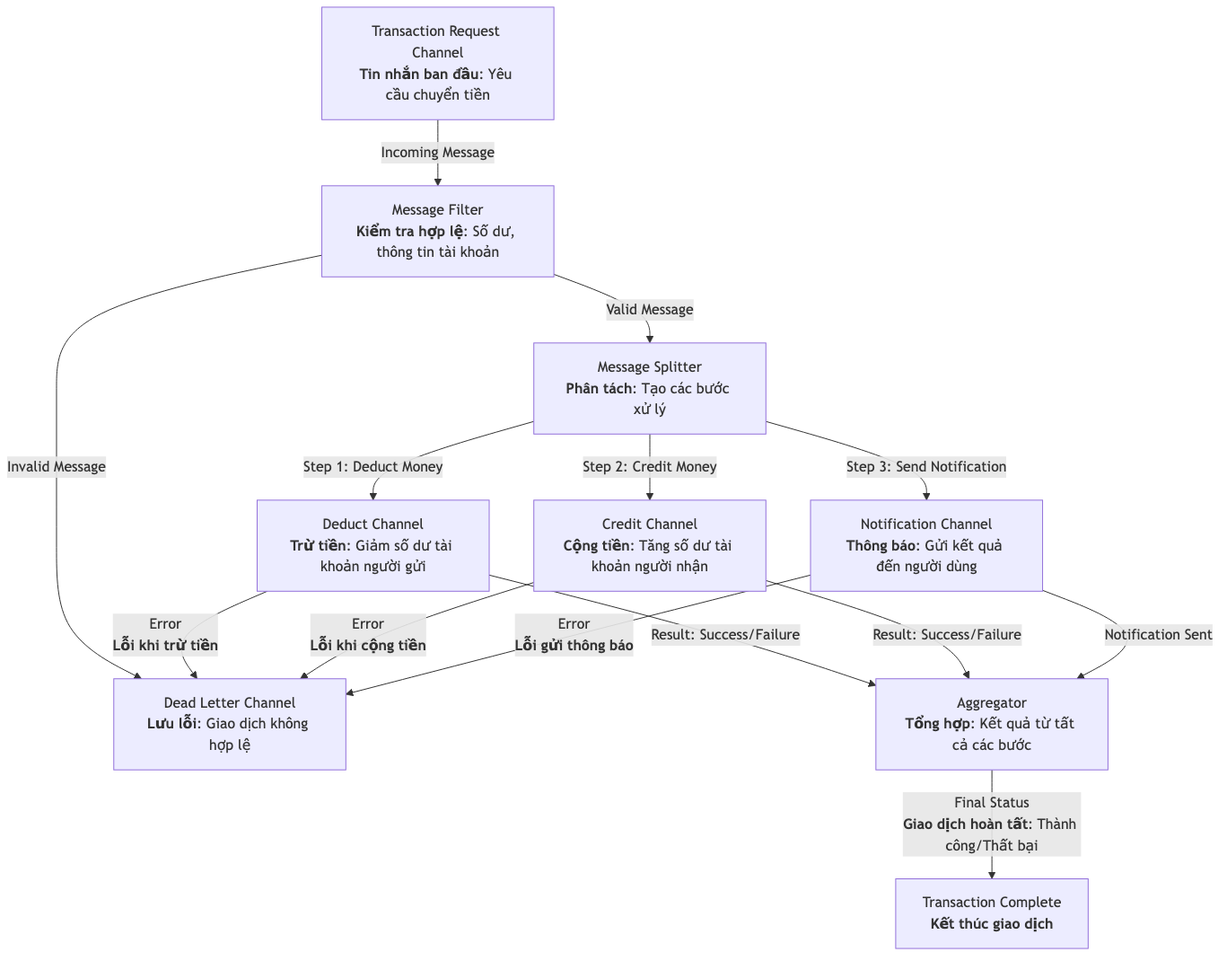
Before: docs/enterprise-integration-patterns/messaging-patterns.mmd.png, a diagram exported from Mermaid (qtvhao/quickcurl). Its source is kept beside it as docs/enterprise-integration-patterns/messaging-patterns.mmd.
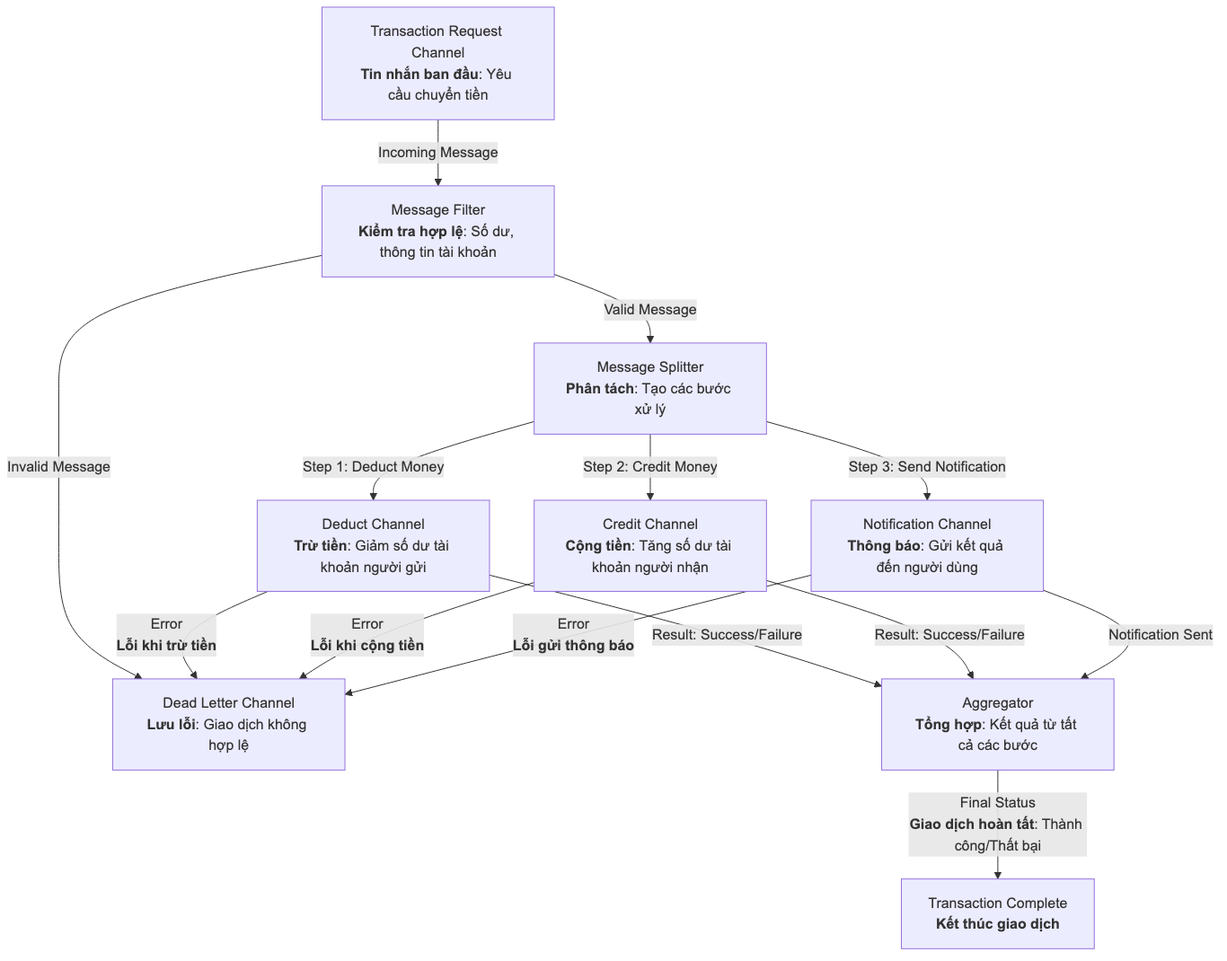
The same diagram one commit later.

Commit message:
Add Mermaid configuration for messaging patterns diagram

Diff of the diagram source:
```diff
@@ -1,3 +1,11 @@
+%%{
+  init: {
+    'theme': 'default',
+    'themeVariables': {
+      'fontFamily': 'Arial'
+    }
+  }
+}%%
 graph TD
     A[Transaction Request Channel<br>**Tin nhắn ban đầu**: Yêu cầu chuyển tiền] -->|Incoming Message| B[Message Filter<br>**Kiểm tra hợp lệ**: Số dư, thông tin tài khoản]
     B -->|Valid Message| C[Message Splitter<br>**Phân tách**: Tạo các bước xử lý]
```
